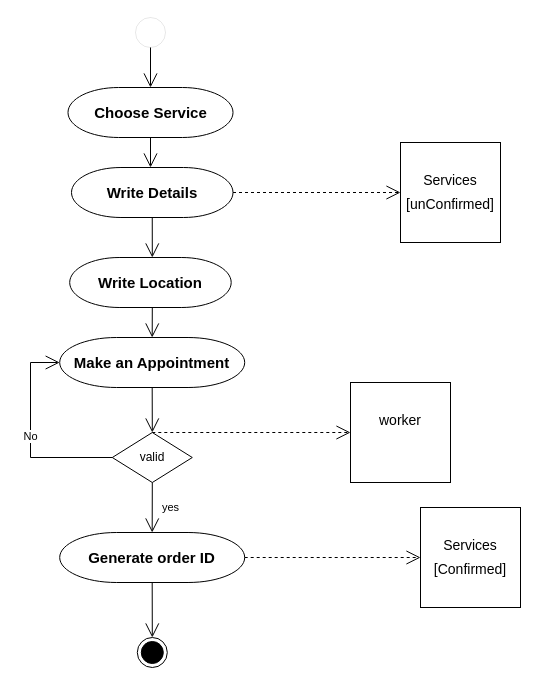
adhamfayrouzamf/drawio keeps this draw.io diagram as page "Maintenence" (4 of 8) of Untitled Diagram.drawio. Above is the earlier version. Source tidied: cells renumbered, new cells numbered last; positions are measured from the earlier drawing's top-left corner, leaving out a move shared by most shapes. Both pictures are drawn from the tidied source at 100%, with x=0, y=0 at pixel (30, 17).
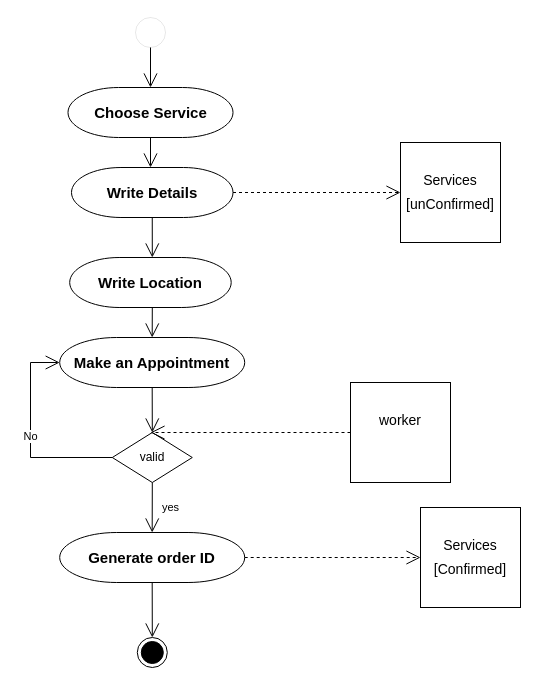
The same page after the edit.

The change refers to these unchanged cells:
```xml
<mxCell id="6" value="valid" style="rhombus;whiteSpace=wrap;html=1;shadow=0;glass=0;labelBackgroundColor=default;sketch=0;strokeColor=default;strokeWidth=1;perimeterSpacing=0;" parent="1" vertex="1">
  <mxGeometry x="81.8" y="415" width="80" height="50" as="geometry" />
</mxCell>
<mxCell id="23" value="&lt;p style=&quot;line-height: 1.7&quot;&gt;worker&lt;br&gt;&lt;br&gt;&lt;/p&gt;" style="whiteSpace=wrap;html=1;rounded=0;shadow=0;glass=0;labelBackgroundColor=#FFFFFF;labelBorderColor=none;sketch=0;fontSize=14;fontColor=default;strokeColor=rgba(0, 0, 0, 1);strokeWidth=1;fillColor=default;gradientColor=none;" parent="1" vertex="1">
  <mxGeometry x="320" y="365" width="100" height="100" as="geometry" />
</mxCell>
```

What changed in the source:
```diff
@@
-    <mxCell id="24" style="endArrow=open;endSize=12;dashed=1;html=1;rounded=0;fontSize=14;fontColor=default;exitX=0.5;exitY=0;exitDx=0;exitDy=0;entryX=0;entryY=0.5;entryDx=0;entryDy=0;" parent="1" edge="1" source="6" target="23">
-      <mxGeometry relative="1" as="geometry" />
+    <mxCell id="24" style="endArrow=open;endSize=12;dashed=1;html=1;rounded=0;fontSize=14;fontColor=default;exitX=0;exitY=0.5;exitDx=0;exitDy=0;" parent="1" edge="1" source="23">
+      <mxGeometry relative="1" as="geometry">
+        <mxPoint x="120" y="415" as="targetPoint" />
+      </mxGeometry>
     </mxCell>
```
